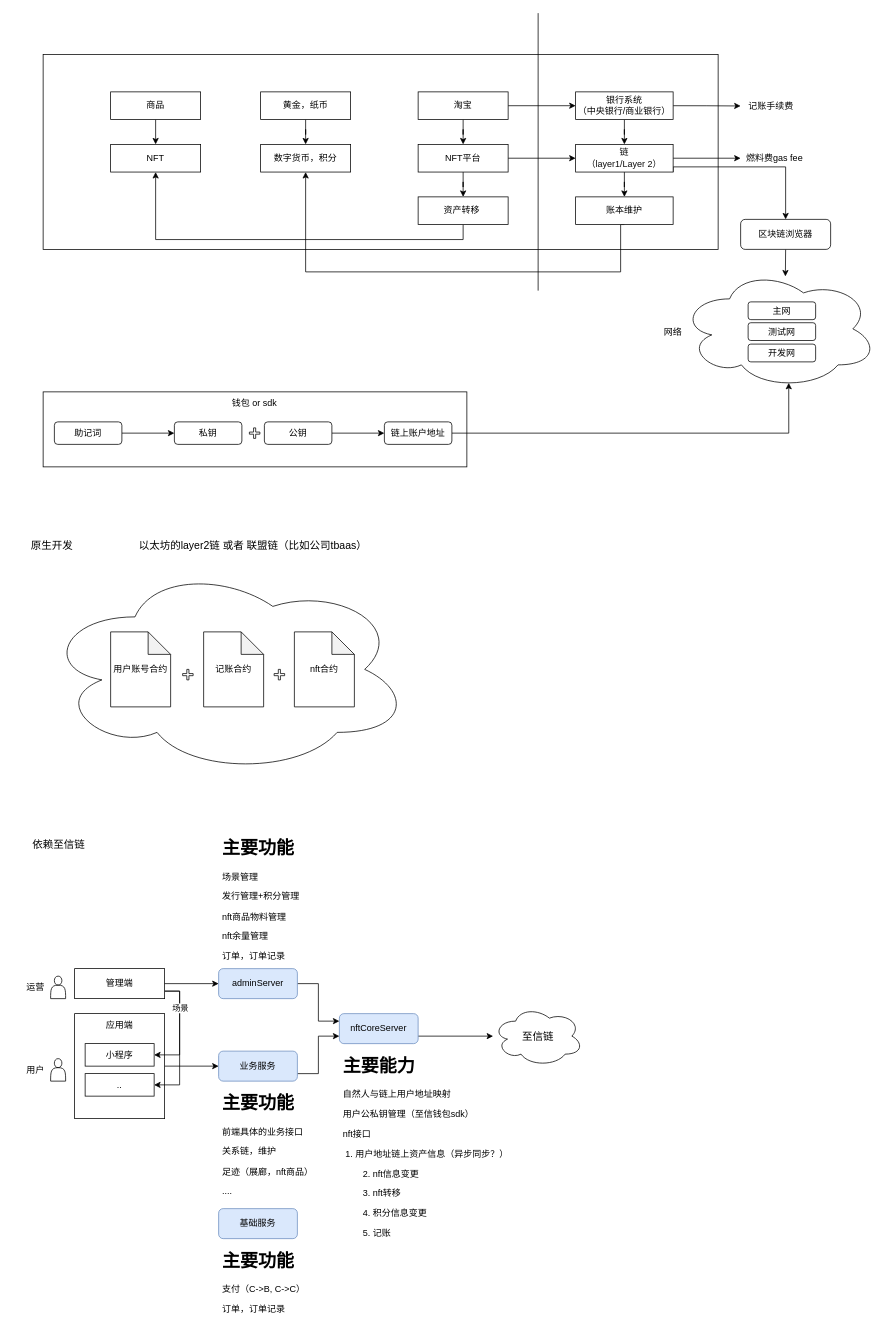
Earlier version of the draw.io diagram nft.drawio (axtrur/resource). Source tidied: cells renumbered, new cells numbered last; positions are measured from the earlier drawing's top-left corner, leaving out a move shared by most shapes. Both pictures are drawn from the tidied source at 75%, with x=0, y=0 at pixel (13, 13).
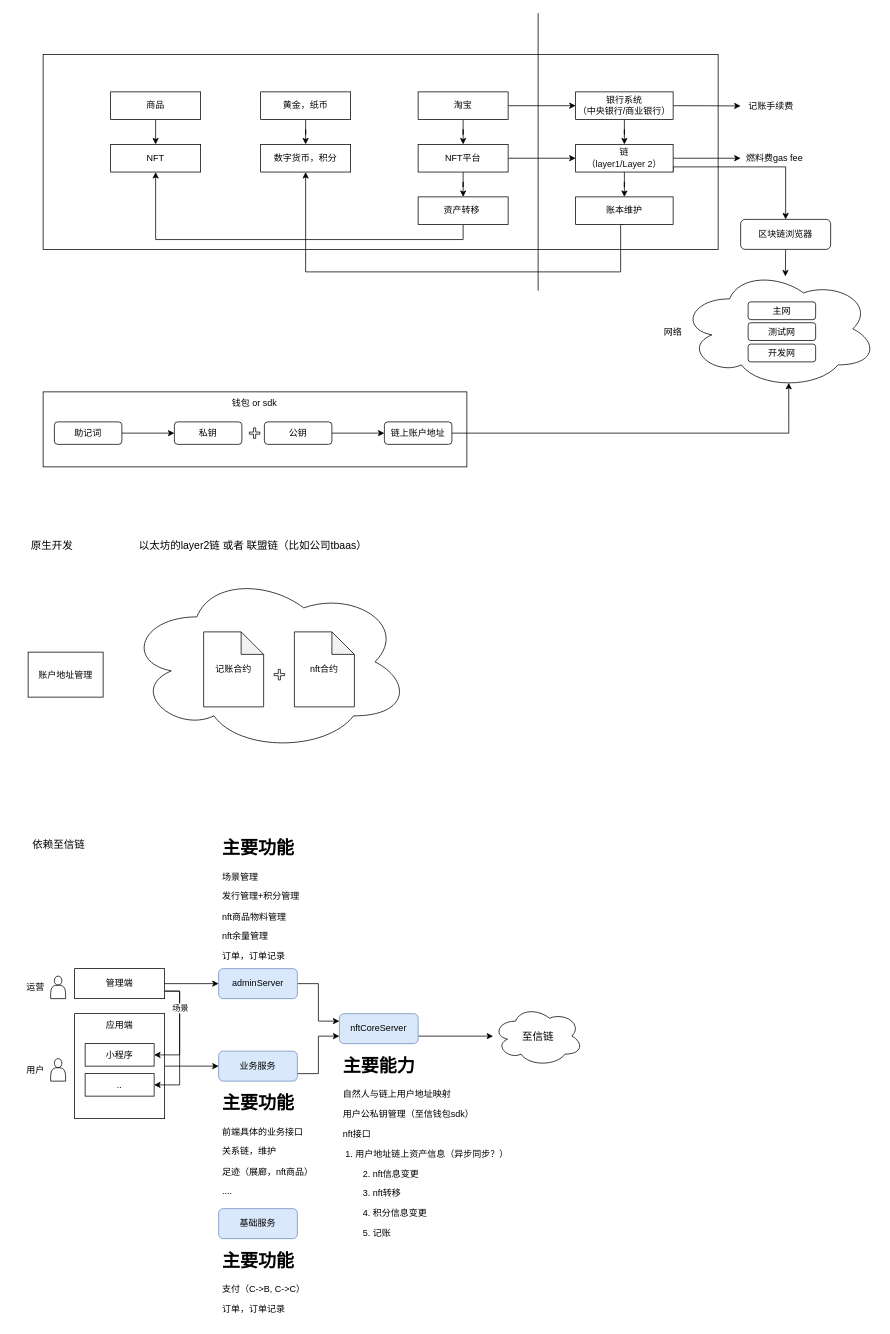
The same diagram, later.

The edit, as a diff of the source:
```diff
@@
     <mxCell id="2" style="ellipse;shape=cloud;whiteSpace=wrap;html=1;" parent="1" vertex="1">
-      <mxGeometry x="40" y="735" width="490" height="280" as="geometry" />
+      <mxGeometry x="150" y="745" width="380" height="240" as="geometry" />
     </mxCell>
@@
-    <mxCell id="73" value="用户账号合约" style="shape=note;whiteSpace=wrap;html=1;backgroundOutline=1;darkOpacity=0.05;" parent="1" vertex="1">
-      <mxGeometry x="130" y="825" width="80" height="100" as="geometry" />
-    </mxCell>
@@
-    <mxCell id="76" style="shape=cross;whiteSpace=wrap;html=1;fontSize=12;" parent="1" vertex="1">
-      <mxGeometry x="226" y="875" width="14" height="14" as="geometry" />
-    </mxCell>
@@
+    <mxCell id="82" value="&lt;span style=&quot;font-size: 12px&quot;&gt;账户地址管理&lt;/span&gt;" style="rounded=0;whiteSpace=wrap;html=1;fontSize=14;" parent="1" vertex="1">
+      <mxGeometry x="20" y="852" width="100" height="60" as="geometry" />
+    </mxCell>
```
